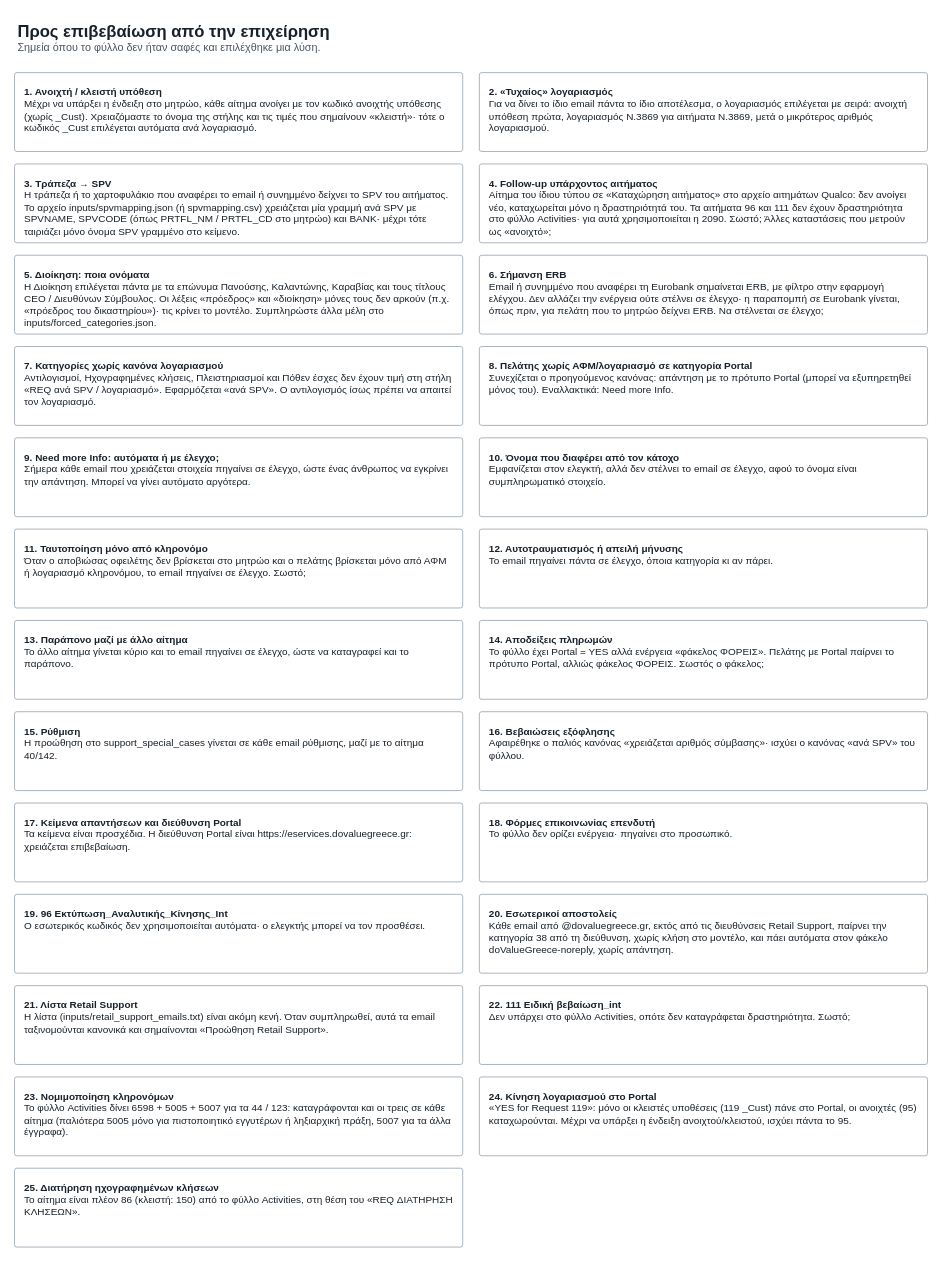
This is page "5 Προς επιβεβαίωση" (5 of 6) of docs/decision_rules.drawio from nicoleplak/email-classification, a draw.io file, before an edit. Source tidied: cells renumbered, new cells numbered last; positions are measured from the earlier drawing's top-left corner, leaving out a move shared by most shapes. Both pictures are drawn from the tidied source at 83%, with x=0, y=0 at pixel (14, 14).
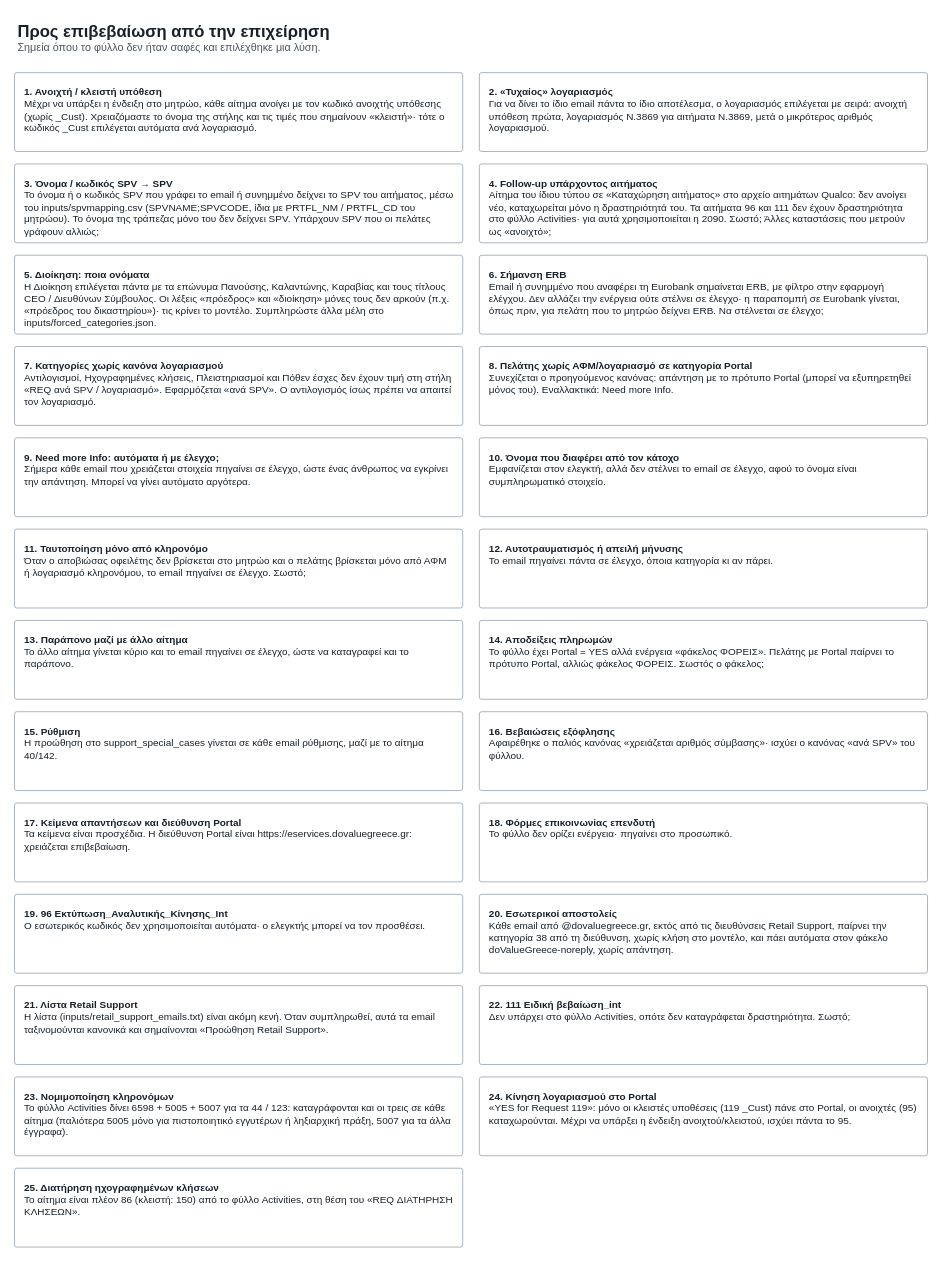
After the change.

What changed in the source:
```diff
@@
-    <mxCell id="5" value="&lt;b&gt;3. Τράπεζα → SPV&lt;/b&gt;&lt;br&gt;Η τράπεζα ή το χαρτοφυλάκιο που αναφέρει το email ή συνημμένο δείχνει το SPV του αιτήματος. Το αρχείο inputs/spvmapping.json (ή spvmapping.csv) χρειάζεται μία γραμμή ανά SPV με SPVNAME, SPVCODE (όπως PRTFL_NM / PRTFL_CD στο μητρώο) και BANK· μέχρι τότε ταιριάζει μόνο όνομα SPV γραμμένο στο κείμενο." style="rounded=1;arcSize=3;whiteSpace=wrap;html=1;align=left;verticalAlign=top;spacing=12;fillColor=#FFFFFF;strokeColor=#9AA6B2;fontFamily=Helvetica;fontColor=#18212B;fontSize=12;fontSize=12;" parent="1" vertex="1">
+    <mxCell id="5" value="&lt;b&gt;3. Όνομα / κωδικός SPV → SPV&lt;/b&gt;&lt;br&gt;Το όνομα ή ο κωδικός SPV που γράφει το email ή συνημμένο δείχνει το SPV του αιτήματος, μέσω του inputs/spvmapping.csv (SPVNAME;SPVCODE, ίδια με PRTFL_NM / PRTFL_CD του μητρώου). Το όνομα της τράπεζας μόνο του δεν δείχνει SPV. Υπάρχουν SPV που οι πελάτες γράφουν αλλιώς;" style="rounded=1;arcSize=3;whiteSpace=wrap;html=1;align=left;verticalAlign=top;spacing=12;fillColor=#FFFFFF;strokeColor=#9AA6B2;fontFamily=Helvetica;fontColor=#18212B;fontSize=12;fontSize=12;" parent="1" vertex="1">
       <mxGeometry y="180" width="540" height="95" as="geometry" />
     </mxCell>
```
